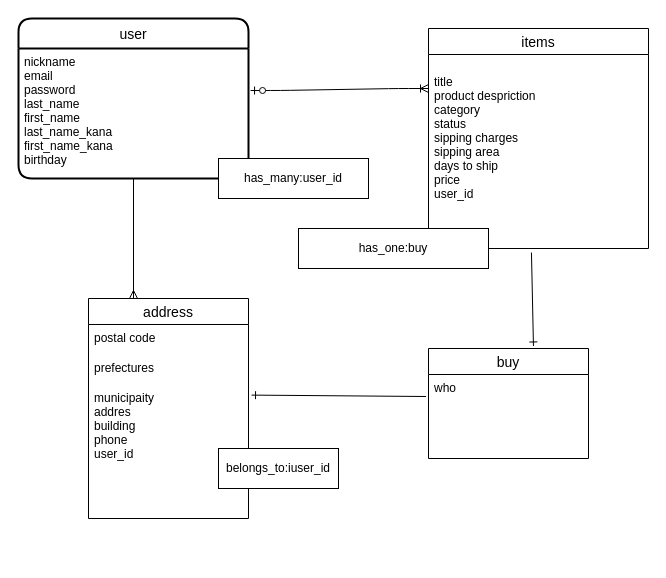
Earlier version of the draw.io diagram test.dio (jinmijhashi/furima-32871). Source tidied: cells renumbered, new cells numbered last; positions are measured from the earlier drawing's top-left corner, leaving out a move shared by most shapes. Both pictures are drawn from the tidied source at 100%, with x=0, y=0 at pixel (18, 18).
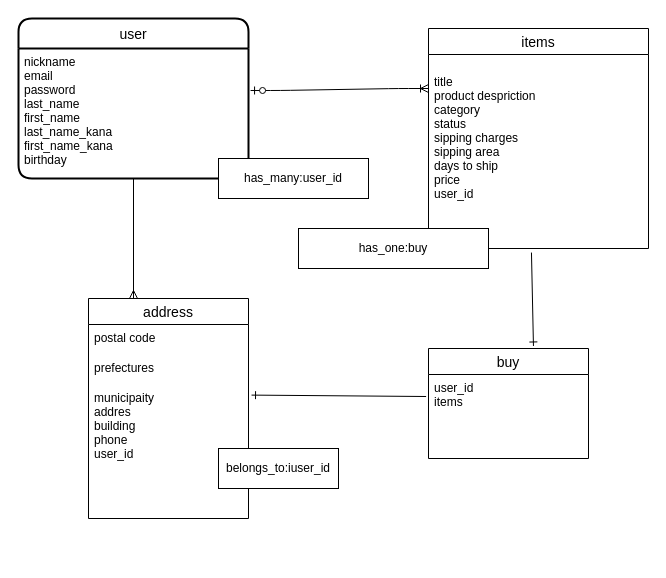
The same diagram, later.

The change refers to these unchanged cells:
```xml
<mxCell id="11" value="buy" style="swimlane;fontStyle=0;horizontal=1;startSize=26;align=center;fontSize=14;" parent="1" vertex="1">
  <mxGeometry x="410" y="330" width="160" height="110" as="geometry" />
</mxCell>
```

The edit, as a diff of the source:
```diff
@@
-    <mxCell id="12" value="who" style="text;strokeColor=none;fillColor=none;spacingLeft=4;spacingRight=4;overflow=hidden;fontSize=12;" parent="11" vertex="1">
+    <mxCell id="12" value="user_id&#10;items" style="text;strokeColor=none;fillColor=none;spacingLeft=4;spacingRight=4;overflow=hidden;fontSize=12;" parent="11" vertex="1">
       <mxGeometry y="26" width="160" height="84" as="geometry" />
     </mxCell>
```
